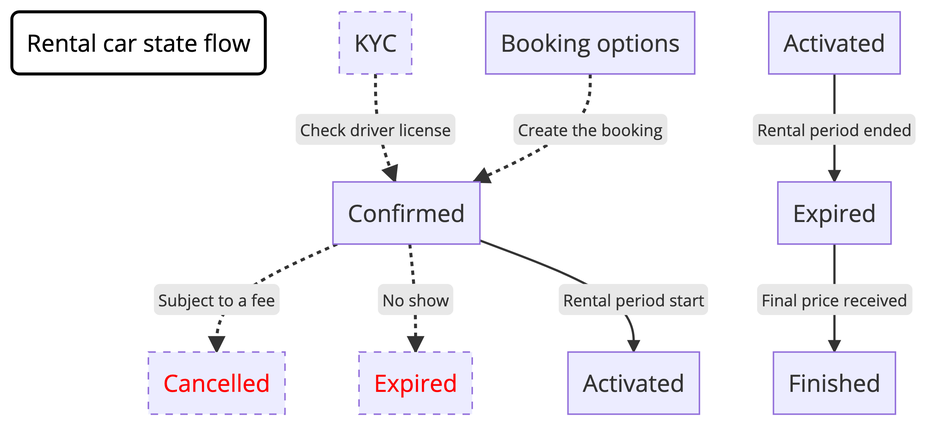
Earlier version of the Mermaid export specs/workflow/car-rental.png (maasglobal/maas-tsp-api). Its source is kept beside it as specs/workflow/car-rental.mmd. Its diagram source:
```mermaid
graph TD
  label1(Rental car state flow)
  KYC[KYC] -.->|Check driver license| Confirmed
  Options[Booking options] -.->|Create the booking| Confirmed
  Confirmed -.->|Subject to a fee| Cancelled
  Confirmed -.->|No show| Expired2["Expired"]
  Confirmed -->|Rental period start| Activated
  Activated2[Activated] -->|Rental period ended| Expired
  Expired -->|Final price received| Finished
  style Cancelled color:red,stroke-dasharray: 5, 5
  style label1 stroke-width:2px,color:black,stroke:black,fill:white
  style KYC stroke-dasharray:5,5
  style Expired2 color:red,stroke-dasharray: 5, 5
```
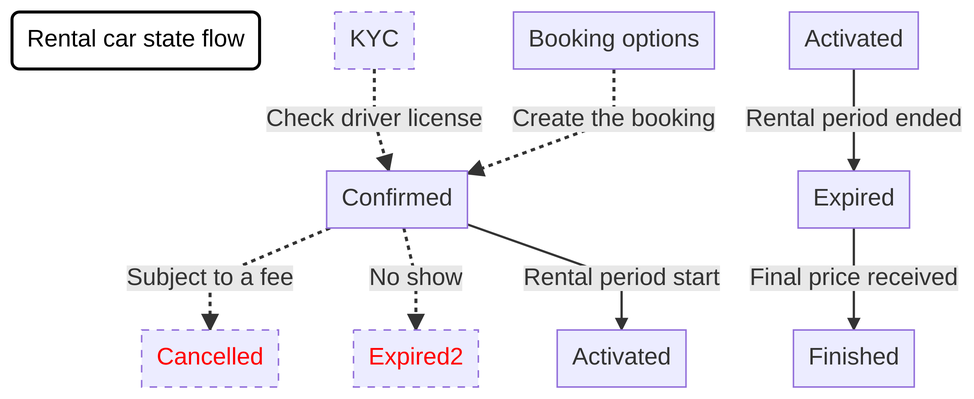
The same diagram one commit later.

What changed in the source:
```diff
@@ -3,7 +3,7 @@
   KYC[KYC] -.->|Check driver license| Confirmed
   Options[Booking options] -.->|Create the booking| Confirmed
   Confirmed -.->|Subject to a fee| Cancelled
-  Confirmed -.->|No show| Expired2["Expired"]
+  Confirmed -.->|No show| Expired2
   Confirmed -->|Rental period start| Activated
   Activated2[Activated] -->|Rental period ended| Expired
   Expired -->|Final price received| Finished
```
